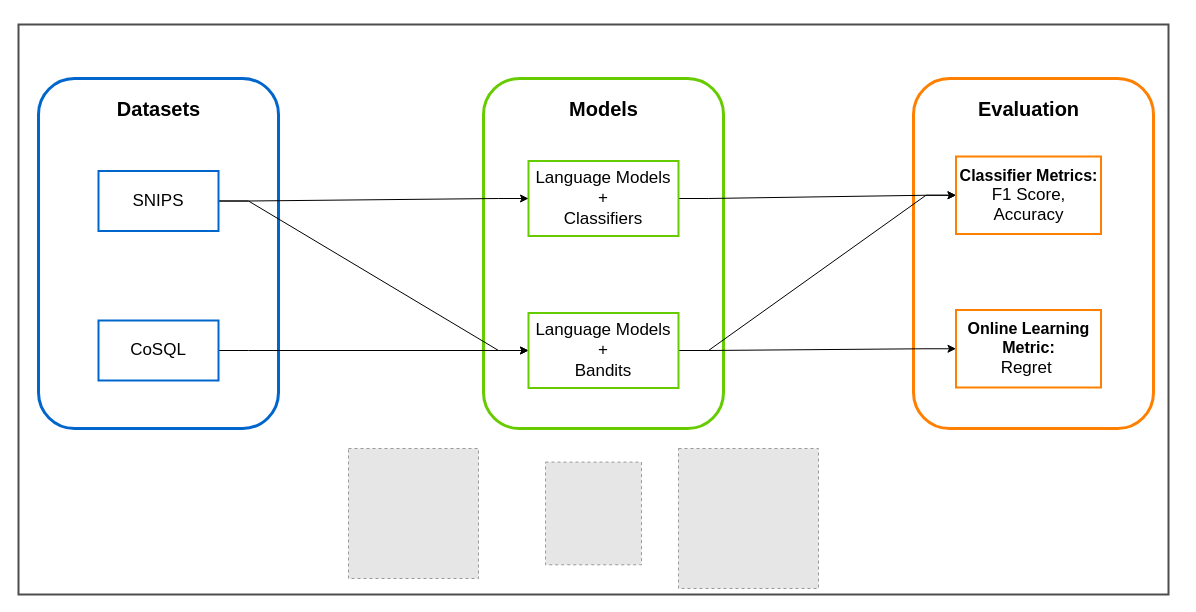
This is Design.drawio from amarshivaram/images, a draw.io file, before an edit. Source tidied: cells renumbered, new cells numbered last; positions are measured from the earlier drawing's top-left corner, leaving out a move shared by most shapes. Both pictures are drawn from the tidied source at 100%, with x=0, y=0 at pixel (18, 24). Pictures stored in the file or linked from it are replaced by grey dashed boxes.
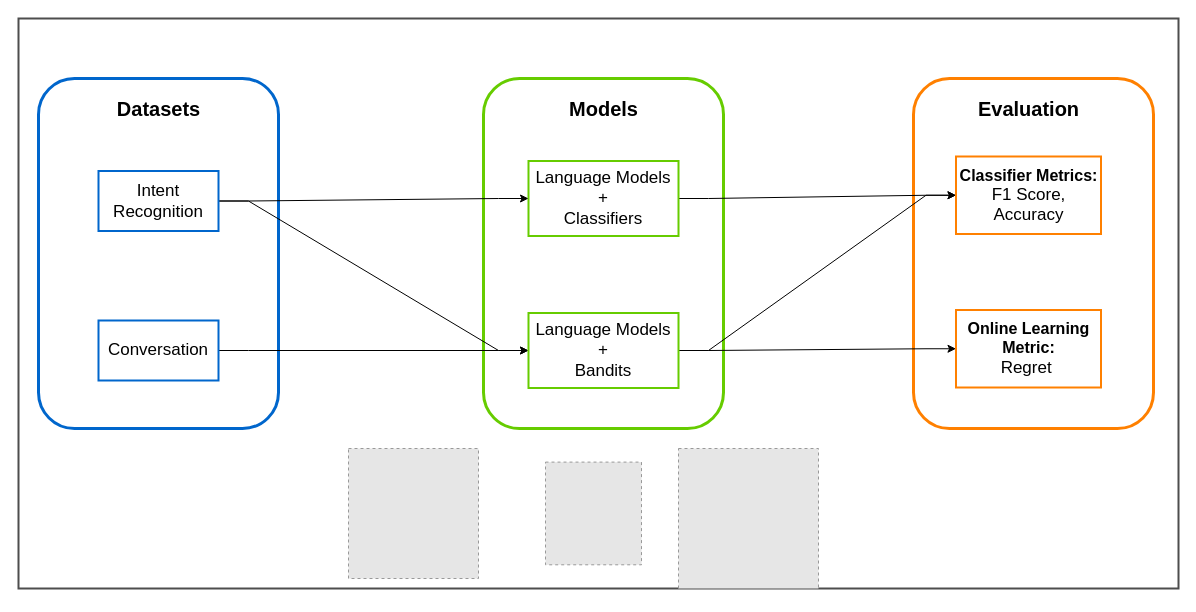
The same diagram, later.

The edit, as a diff of the source:
```diff
@@
-    <mxCell id="18" value="&lt;span style=&quot;font-size: 17px;&quot;&gt;SNIPS&lt;/span&gt;" style="rounded=0;whiteSpace=wrap;html=1;fillColor=none;strokeColor=#0066CC;strokeWidth=2;" parent="1" vertex="1">
+    <mxCell id="18" value="&lt;span style=&quot;font-size: 17px;&quot;&gt;Intent Recognition&lt;/span&gt;" style="rounded=0;whiteSpace=wrap;html=1;fillColor=none;strokeColor=#0066CC;strokeWidth=2;" parent="1" vertex="1">
       <mxGeometry x="80" y="146.5" width="120" height="60" as="geometry" />
     </mxCell>
@@
-    <mxCell id="20" value="&lt;span style=&quot;font-size: 17px&quot;&gt;CoSQL&lt;/span&gt;" style="rounded=0;whiteSpace=wrap;html=1;fillColor=none;strokeColor=#0066CC;strokeWidth=2;" parent="1" vertex="1">
+    <mxCell id="20" value="&lt;span style=&quot;font-size: 17px&quot;&gt;Conversation&lt;/span&gt;" style="rounded=0;whiteSpace=wrap;html=1;fillColor=none;strokeColor=#0066CC;strokeWidth=2;" parent="1" vertex="1">
       <mxGeometry x="80" y="296" width="120" height="60" as="geometry" />
     </mxCell>
@@
     <mxCell id="26" style="rounded=0;whiteSpace=wrap;html=1;strokeWidth=2;strokeColor=#4D4D4D;fillColor=none;" parent="1" vertex="1">
-      <mxGeometry width="1150" height="570" as="geometry" />
+      <mxGeometry y="-6" width="1160" height="570" as="geometry" />
     </mxCell>
```
